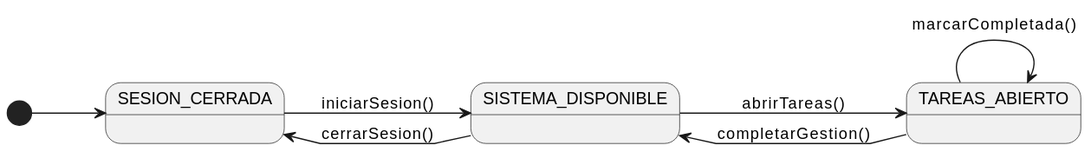
The PlantUML diagram documents/actoresYCasosDeUso/diagramaContexto/diagramaContextoMiembro.svg in inigovaqueroo04/25-26-IdSw1-SdR, before a commit.
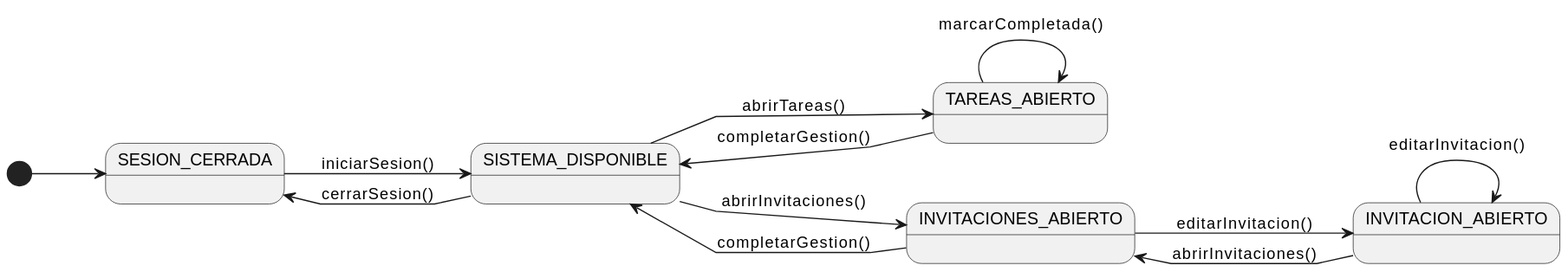
After the change.

Commit message:
Actualización de los Diagramas de Contexto. Ref: #30

The edit, as a diff of the source:
```diff
@@ -7,14 +7,23 @@
 
 state "TAREAS_ABIERTO" as ListProgramas
 
+state "INVITACIONES_ABIERTO" as ListInvitaciones
+state "INVITACION_ABIERTO" as EditInvitacion
+
 [*] --> NoAuth
 
 NoAuth --> Menu : iniciarSesion()
 
 Menu --> NoAuth : cerrarSesion()
 Menu --> ListProgramas: abrirTareas()
+Menu --> ListInvitaciones: abrirInvitaciones()
 
 ListProgramas --> ListProgramas: marcarCompletada()
+ListProgramas --> Menu: completarGestion()
 
-ListProgramas --> Menu: completarGestion()
+ListInvitaciones --> EditInvitacion: editarInvitacion()
+ListInvitaciones --> Menu: completarGestion()
+
+EditInvitacion --> ListInvitaciones: abrirInvitaciones()
+EditInvitacion --> EditInvitacion: editarInvitacion()
 @enduml
```
